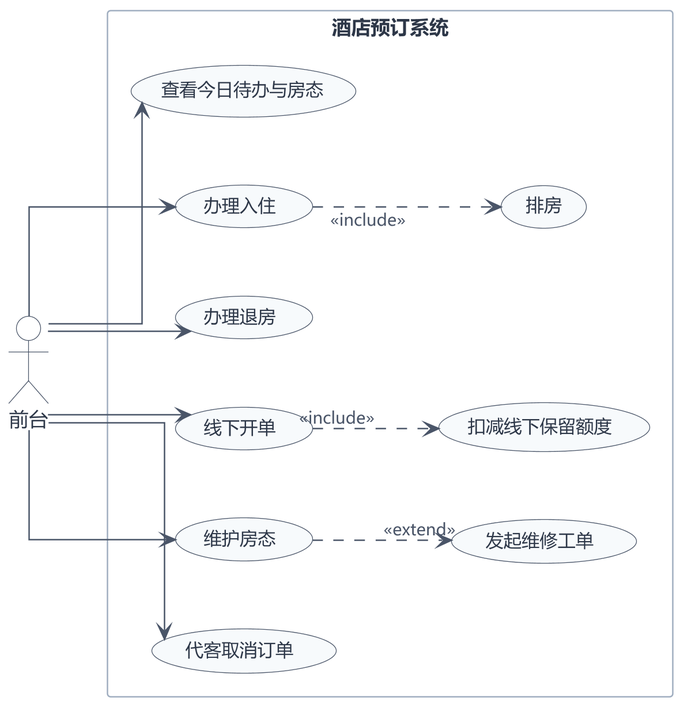
ruzhai/software-engineering-labs keeps this PlantUML diagram as UML/UML用例图_前台端.png. Above is the earlier version.
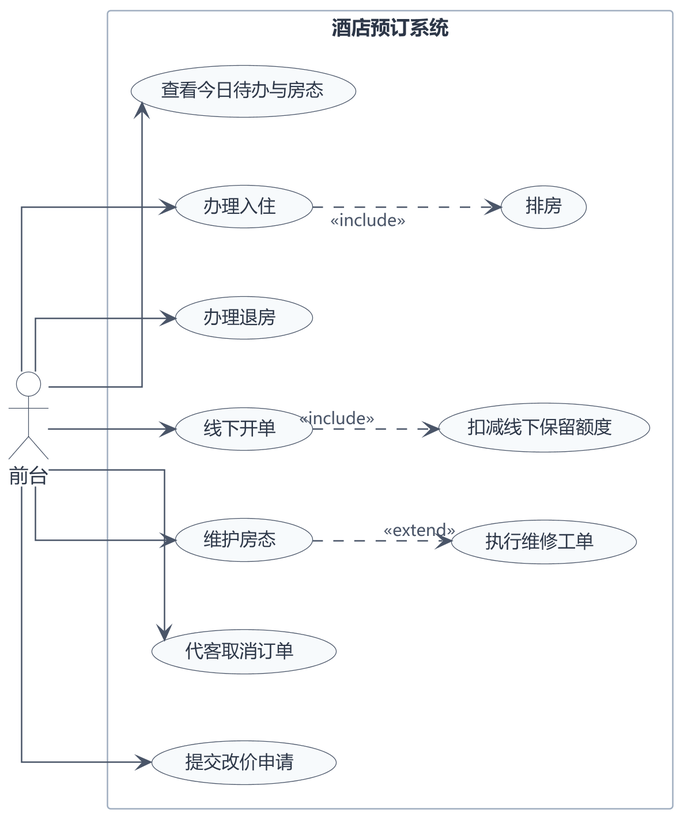
After the commit.

Diff of the diagram source:
```diff
@@ -33,8 +33,9 @@
   usecase "线下开单" as UC5
   usecase "扣减线下保留额度" as UC6
   usecase "维护房态" as UC7
-  usecase "发起维修工单" as UC8
+  usecase "执行维修工单" as UC8
   usecase "代客取消订单" as UC9
+  usecase "提交改价申请" as UC10
 }
 
 F --> UC1
@@ -43,6 +44,7 @@
 F --> UC5
 F --> UC7
 F --> UC9
+F --> UC10
 
 UC2 ..> UC3 : <<include>>
 UC5 ..> UC6 : <<include>>
```
